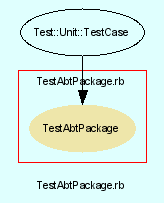
Before: src/trunk/doc/dot/f_11.png, a diagram exported from Graphviz (eschabell/abtlinux). Its source is kept beside it as src/trunk/doc/dot/f_11.dot.
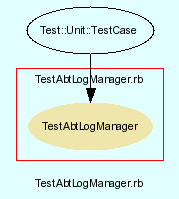
The same file after the commit.

The edit, as a diff of the source:
```diff
@@ -3,7 +3,7 @@
     bgcolor = lightcyan1
     fontname = Arial
     fontsize = 8
-    label = "TestAbtPackage.rb"
+    label = "TestAbtLogManager.rb"
     node [
         fontname = Arial,
         fontsize = 8,
@@ -13,14 +13,14 @@
     subgraph cluster_12 {
         fontname = Arial
         color = red
-        label = "TestAbtPackage.rb"
-        TestAbtPackage [
+        label = "TestAbtLogManager.rb"
+        TestAbtLogManager [
             fontcolor = black,
-            URL = "classes/TestAbtPackage.html",
+            URL = "classes/TestAbtLogManager.html",
             shape = ellipse,
             color = palegoldenrod,
             style = filled,
-            label = "TestAbtPackage"
+            label = "TestAbtLogManager"
         ]
 
     }
@@ -30,7 +30,7 @@
         label = "Test::Unit::TestCase"
     ]
 
-    Test__Unit__TestCase -> TestAbtPackage [
+    Test__Unit__TestCase -> TestAbtLogManager [
 
     ]
 
```
